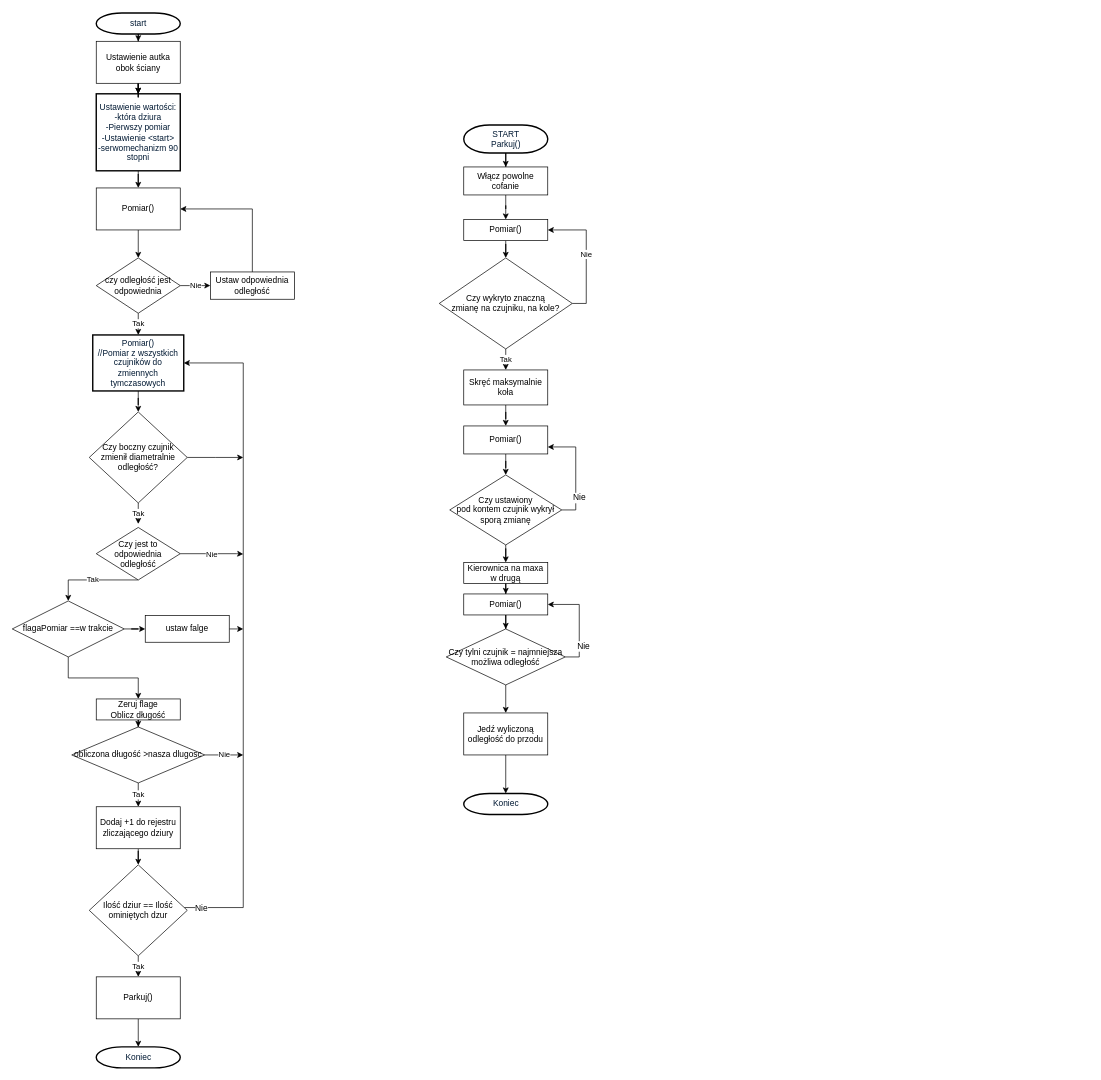
The draw.io diagram Untitled Diagram.drawio in MarcinJaskulski/RoboDay, before the edit. Source tidied: cells renumbered, new cells numbered last; positions are measured from the earlier drawing's top-left corner, leaving out a move shared by most shapes. Both pictures are drawn from the tidied source at 70%, with x=0, y=0 at pixel (12, 13).
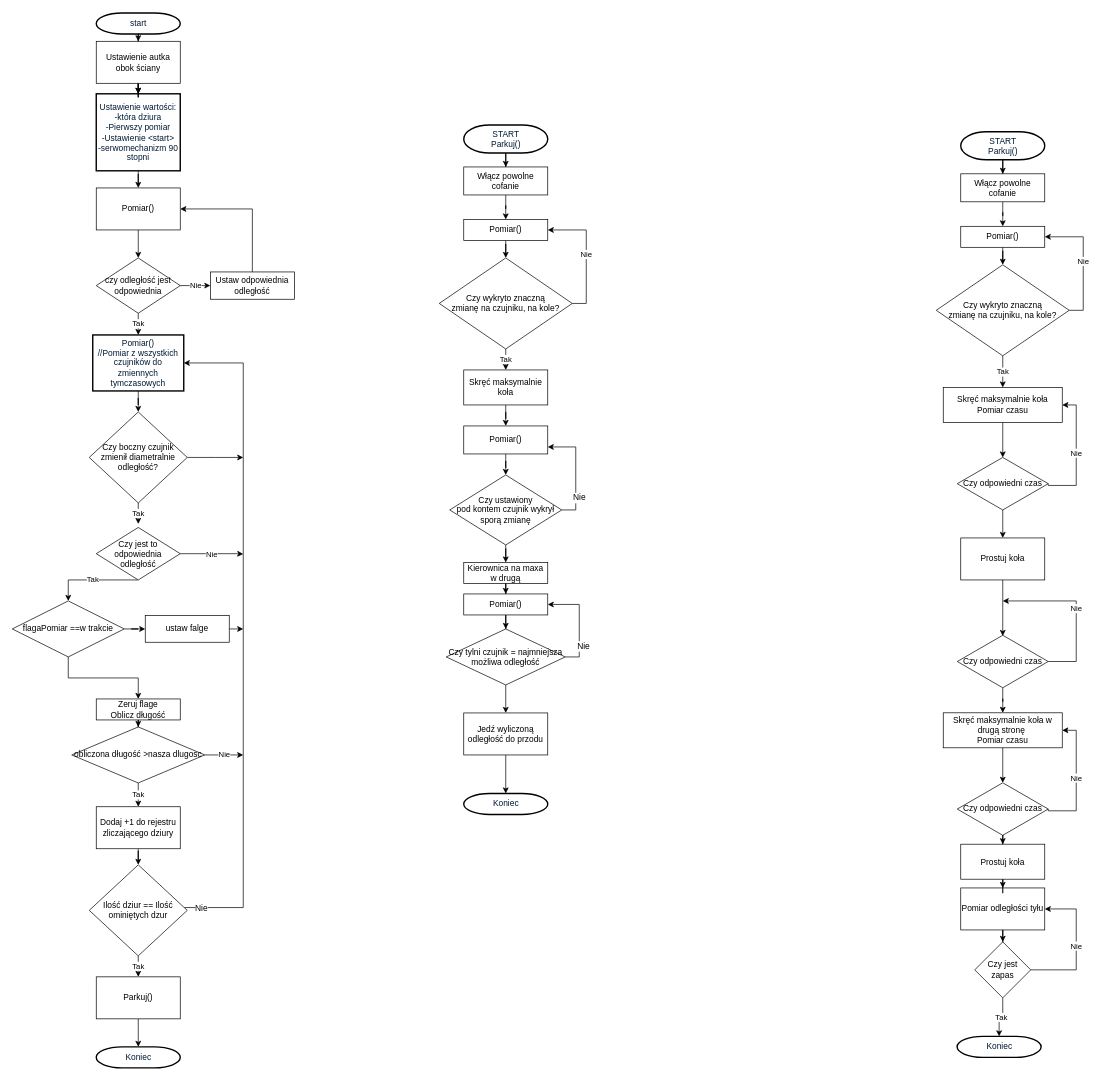
The same diagram, later.

Diff of the diagram source:
```diff
@@
+    <mxCell id="71" style="edgeStyle=orthogonalEdgeStyle;rounded=0;jettySize=auto;html=1;" parent="1" edge="1" source="72" target="79">
+      <mxGeometry relative="1" as="geometry" />
+    </mxCell>
+    <mxCell id="72" value="START&lt;br&gt;Parkuj() " style="shape=mxgraph.flowchart.terminator;fillColor=#FFFFFF;strokeColor=#000000;strokeWidth=2;gradientColor=none;gradientDirection=north;fontColor=#001933;fontStyle=0;html=1;" parent="1" vertex="1">
+      <mxGeometry x="1355" y="169.8" width="120" height="40" as="geometry" />
+    </mxCell>
+    <mxCell id="73" value="Nie" style="edgeStyle=orthogonalEdgeStyle;rounded=0;jettySize=auto;html=1;exitX=1;exitY=0.5;exitDx=0;exitDy=0;entryX=1;entryY=0.5;entryDx=0;entryDy=0;" parent="1" edge="1" source="75" target="77">
+      <mxGeometry relative="1" as="geometry" />
+    </mxCell>
+    <mxCell id="74" value="Tak" style="edgeStyle=orthogonalEdgeStyle;rounded=0;jettySize=auto;html=1;" parent="1" edge="1" source="75" target="81">
+      <mxGeometry relative="1" as="geometry" />
+    </mxCell>
+    <mxCell id="75" value="Czy wykryto znaczną &lt;br&gt;zmianę na czujniku, na kole?" style="rhombus;whiteSpace=wrap;html=1;" parent="1" vertex="1">
+      <mxGeometry x="1320" y="359.8" width="190" height="130" as="geometry" />
+    </mxCell>
+    <mxCell id="76" style="edgeStyle=orthogonalEdgeStyle;rounded=0;jettySize=auto;html=1;" parent="1" edge="1" source="77" target="75">
+      <mxGeometry relative="1" as="geometry" />
+    </mxCell>
+    <mxCell id="77" value="Pomiar()" style="rounded=0;whiteSpace=wrap;html=1;" parent="1" vertex="1">
+      <mxGeometry x="1355" y="304.8" width="120" height="30" as="geometry" />
+    </mxCell>
+    <mxCell id="78" style="edgeStyle=orthogonalEdgeStyle;rounded=0;jettySize=auto;html=1;" parent="1" edge="1" source="79" target="77">
+      <mxGeometry relative="1" as="geometry" />
+    </mxCell>
+    <mxCell id="79" value="Włącz powolne cofanie" style="rounded=0;whiteSpace=wrap;html=1;" parent="1" vertex="1">
+      <mxGeometry x="1355" y="229.8" width="120" height="40" as="geometry" />
+    </mxCell>
+    <mxCell id="80" style="edgeStyle=orthogonalEdgeStyle;rounded=0;jettySize=auto;html=1;" parent="1" edge="1" source="81" target="84">
+      <mxGeometry relative="1" as="geometry" />
+    </mxCell>
+    <mxCell id="81" value="Skręć maksymalnie koła &lt;br&gt;Pomiar czasu&lt;br&gt;" style="rounded=0;whiteSpace=wrap;html=1;" parent="1" vertex="1">
+      <mxGeometry x="1330" y="535" width="170" height="50" as="geometry" />
+    </mxCell>
+    <mxCell id="82" value="Nie" style="edgeStyle=orthogonalEdgeStyle;rounded=0;jettySize=auto;html=1;exitX=1;exitY=0.5;exitDx=0;exitDy=0;entryX=1;entryY=0.5;entryDx=0;entryDy=0;" parent="1" edge="1" source="84" target="81">
+      <mxGeometry relative="1" as="geometry">
+        <Array as="points">
+          <mxPoint x="1520" y="675" />
+          <mxPoint x="1520" y="560" />
+        </Array>
+      </mxGeometry>
+    </mxCell>
+    <mxCell id="83" style="edgeStyle=orthogonalEdgeStyle;rounded=0;jettySize=auto;html=1;" parent="1" edge="1" source="84" target="89">
+      <mxGeometry relative="1" as="geometry" />
+    </mxCell>
+    <mxCell id="84" value="Czy odpowiedni czas" style="rhombus;whiteSpace=wrap;html=1;" parent="1" vertex="1">
+      <mxGeometry x="1350" y="635" width="130" height="75" as="geometry" />
+    </mxCell>
+    <mxCell id="85" value="Nie" style="edgeStyle=orthogonalEdgeStyle;rounded=0;jettySize=auto;html=1;exitX=1;exitY=0.5;exitDx=0;exitDy=0;" parent="1" edge="1" source="87">
+      <mxGeometry relative="1" as="geometry">
+        <mxPoint x="1415" y="840" as="targetPoint" />
+        <Array as="points">
+          <mxPoint x="1520" y="927" />
+          <mxPoint x="1520" y="840" />
+        </Array>
+      </mxGeometry>
+    </mxCell>
+    <mxCell id="86" style="edgeStyle=orthogonalEdgeStyle;rounded=0;jettySize=auto;html=1;" parent="1" edge="1" source="87" target="91">
+      <mxGeometry relative="1" as="geometry" />
+    </mxCell>
+    <mxCell id="87" value="Czy odpowiedni czas" style="rhombus;whiteSpace=wrap;html=1;" parent="1" vertex="1">
+      <mxGeometry x="1350" y="889" width="130" height="75" as="geometry" />
+    </mxCell>
+    <mxCell id="88" style="edgeStyle=orthogonalEdgeStyle;rounded=0;jettySize=auto;html=1;" parent="1" edge="1" source="89">
+      <mxGeometry relative="1" as="geometry">
+        <mxPoint x="1415" y="890" as="targetPoint" />
+      </mxGeometry>
+    </mxCell>
+    <mxCell id="89" value="Prostuj koła" style="rounded=0;whiteSpace=wrap;html=1;" parent="1" vertex="1">
+      <mxGeometry x="1355" y="750" width="120" height="60" as="geometry" />
+    </mxCell>
+    <mxCell id="90" style="edgeStyle=orthogonalEdgeStyle;rounded=0;jettySize=auto;html=1;" parent="1" edge="1" source="91" target="94">
+      <mxGeometry relative="1" as="geometry" />
+    </mxCell>
+    <mxCell id="91" value="Skręć maksymalnie koła w drugą stronę&amp;nbsp;&lt;br&gt;Pomiar czasu&lt;br&gt;" style="rounded=0;whiteSpace=wrap;html=1;" parent="1" vertex="1">
+      <mxGeometry x="1330" y="999.8" width="170" height="50" as="geometry" />
+    </mxCell>
+    <mxCell id="92" value="Nie" style="edgeStyle=orthogonalEdgeStyle;rounded=0;jettySize=auto;html=1;exitX=1;exitY=0.5;exitDx=0;exitDy=0;entryX=1;entryY=0.5;entryDx=0;entryDy=0;" parent="1" edge="1" source="94" target="91">
+      <mxGeometry relative="1" as="geometry">
+        <Array as="points">
+          <mxPoint x="1520" y="1139.8" />
+          <mxPoint x="1520" y="1024.8" />
+        </Array>
+      </mxGeometry>
+    </mxCell>
+    <mxCell id="93" style="edgeStyle=orthogonalEdgeStyle;rounded=0;jettySize=auto;html=1;" parent="1" edge="1" source="94" target="101">
+      <mxGeometry relative="1" as="geometry" />
+    </mxCell>
+    <mxCell id="94" value="Czy odpowiedni czas" style="rhombus;whiteSpace=wrap;html=1;" parent="1" vertex="1">
+      <mxGeometry x="1350" y="1099.8" width="130" height="75" as="geometry" />
+    </mxCell>
+    <mxCell id="95" style="edgeStyle=orthogonalEdgeStyle;rounded=0;jettySize=auto;html=1;" parent="1" edge="1" source="96" target="99">
+      <mxGeometry relative="1" as="geometry" />
+    </mxCell>
+    <mxCell id="96" value="Pomiar odległości tyłu&lt;br&gt;" style="rounded=0;whiteSpace=wrap;html=1;" parent="1" vertex="1">
+      <mxGeometry x="1355" y="1250" width="120" height="60" as="geometry" />
+    </mxCell>
+    <mxCell id="97" value="Nie" style="edgeStyle=orthogonalEdgeStyle;rounded=0;jettySize=auto;html=1;exitX=1;exitY=0.5;exitDx=0;exitDy=0;entryX=1;entryY=0.5;entryDx=0;entryDy=0;" parent="1" edge="1" source="99" target="96">
+      <mxGeometry relative="1" as="geometry">
+        <Array as="points">
+          <mxPoint x="1520" y="1367" />
+          <mxPoint x="1520" y="1280" />
+        </Array>
+      </mxGeometry>
+    </mxCell>
+    <mxCell id="98" value="Tak" style="edgeStyle=orthogonalEdgeStyle;rounded=0;jettySize=auto;html=1;exitX=0.5;exitY=1;exitDx=0;exitDy=0;" parent="1" edge="1" source="99" target="102">
+      <mxGeometry relative="1" as="geometry" />
+    </mxCell>
+    <mxCell id="99" value="Czy jest zapas" style="rhombus;whiteSpace=wrap;html=1;" parent="1" vertex="1">
+      <mxGeometry x="1375" y="1327" width="80" height="80" as="geometry" />
+    </mxCell>
+    <mxCell id="100" style="edgeStyle=orthogonalEdgeStyle;rounded=0;jettySize=auto;html=1;" parent="1" edge="1" source="101" target="96">
+      <mxGeometry relative="1" as="geometry" />
+    </mxCell>
+    <mxCell id="101" value="&lt;span&gt;Prostuj koła&lt;/span&gt;" style="rounded=0;whiteSpace=wrap;html=1;" parent="1" vertex="1">
+      <mxGeometry x="1355" y="1187.5" width="120" height="50" as="geometry" />
+    </mxCell>
+    <mxCell id="102" value="&lt;div&gt;Koniec&lt;/div&gt;" style="shape=mxgraph.flowchart.terminator;fillColor=#FFFFFF;strokeColor=#000000;strokeWidth=2;gradientColor=none;gradientDirection=north;fontColor=#001933;fontStyle=0;html=1;" parent="1" vertex="1">
+      <mxGeometry x="1349.8" y="1462" width="120" height="30" as="geometry" />
+    </mxCell>
```
